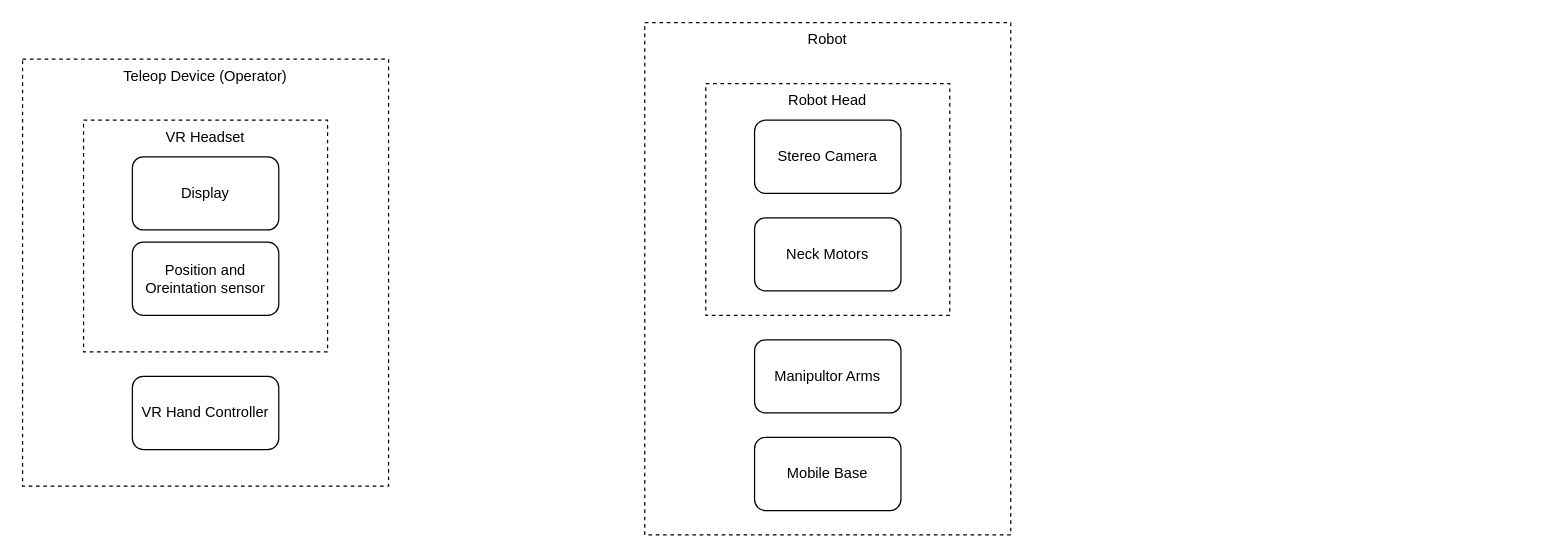
Earlier version of the draw.io diagram Teleop.drawio (sudhirpratapyadav/diagrams). Source tidied: cells renumbered, new cells numbered last; positions are measured from the earlier drawing's top-left corner, leaving out a move shared by most shapes. Both pictures are drawn from the tidied source at 122%, with x=0, y=0 at pixel (22, 22).
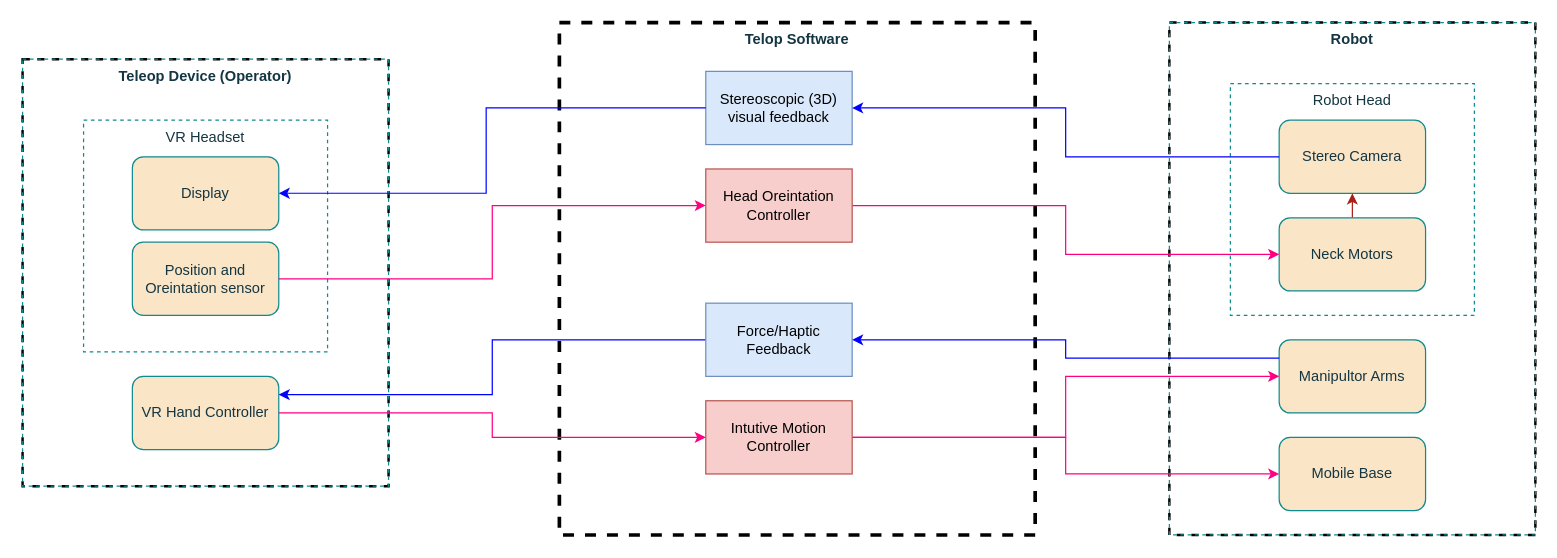
Above is the later version.

Diff of the diagram source:
```diff
@@
-    <mxCell id="2" style="group;" parent="1" vertex="1">
+    <mxCell id="2" style="group;labelBackgroundColor=none;fontColor=#143642;strokeWidth=2;strokeColor=default;dashed=1;" parent="1" vertex="1">
       <mxGeometry y="30" width="300" height="350" as="geometry" />
     </mxCell>
-    <mxCell id="3" value="VR Hand Controller" style="rounded=1;whiteSpace=wrap;html=1;" parent="2" vertex="1">
-      <mxGeometry x="90" y="260" width="120" height="60" as="geometry" />
-    </mxCell>
+    <mxCell id="8" value="&lt;b&gt;Teleop Device (Operator)&lt;/b&gt;" style="rounded=0;whiteSpace=wrap;html=1;dashed=1;fillColor=none;align=center;verticalAlign=top;labelBackgroundColor=none;strokeColor=#0F8B8D;fontColor=#143642;" parent="2" vertex="1">
+      <mxGeometry width="300" height="350" as="geometry" />
+    </mxCell>
-    <mxCell id="4" style="group;" parent="2" vertex="1">
+    <mxCell id="4" style="group;labelBackgroundColor=none;fontColor=#143642;" parent="2" vertex="1">
       <mxGeometry x="50" y="50" width="200" height="190" as="geometry" />
     </mxCell>
+    <mxCell id="7" value="VR Headset" style="rounded=0;whiteSpace=wrap;html=1;dashed=1;fillColor=none;align=center;verticalAlign=top;labelBackgroundColor=none;strokeColor=#0F8B8D;fontColor=#143642;" parent="4" vertex="1">
+      <mxGeometry width="200" height="190" as="geometry" />
+    </mxCell>
-    <mxCell id="5" value="Display" style="rounded=1;whiteSpace=wrap;html=1;" parent="4" vertex="1">
+    <mxCell id="5" value="Display" style="rounded=1;whiteSpace=wrap;html=1;labelBackgroundColor=none;fillColor=#FAE5C7;strokeColor=#0F8B8D;fontColor=#143642;" parent="4" vertex="1">
       <mxGeometry x="40" y="30" width="120" height="60" as="geometry" />
     </mxCell>
-    <mxCell id="6" value="Position and Oreintation sensor" style="rounded=1;whiteSpace=wrap;html=1;" parent="4" vertex="1">
+    <mxCell id="6" value="Position and Oreintation sensor" style="rounded=1;whiteSpace=wrap;html=1;labelBackgroundColor=none;fillColor=#FAE5C7;strokeColor=#0F8B8D;fontColor=#143642;" parent="4" vertex="1">
       <mxGeometry x="40" y="100" width="120" height="60" as="geometry" />
     </mxCell>
-    <mxCell id="7" value="VR Headset" style="rounded=0;whiteSpace=wrap;html=1;dashed=1;fillColor=none;align=center;verticalAlign=top;" parent="4" vertex="1">
-      <mxGeometry width="200" height="190" as="geometry" />
-    </mxCell>
-    <mxCell id="8" value="Teleop Device (Operator)" style="rounded=0;whiteSpace=wrap;html=1;dashed=1;fillColor=none;align=center;verticalAlign=top;" parent="2" vertex="1">
-      <mxGeometry width="300" height="350" as="geometry" />
-    </mxCell>
+    <mxCell id="3" value="VR Hand Controller" style="rounded=1;whiteSpace=wrap;html=1;labelBackgroundColor=none;fillColor=#FAE5C7;strokeColor=#0F8B8D;fontColor=#143642;" parent="2" vertex="1">
+      <mxGeometry x="90" y="260" width="120" height="60" as="geometry" />
+    </mxCell>
-    <mxCell id="9" style="group;" parent="1" vertex="1">
-      <mxGeometry x="510" width="300" height="420" as="geometry" />
+    <mxCell id="9" style="group;strokeWidth=2;dashed=1;labelBackgroundColor=none;fontColor=#143642;strokeColor=default;" parent="1" vertex="1">
+      <mxGeometry x="940" width="300" height="420" as="geometry" />
     </mxCell>
-    <mxCell id="10" value="Robot" style="rounded=0;whiteSpace=wrap;html=1;dashed=1;fillColor=none;align=center;verticalAlign=top;" parent="9" vertex="1">
+    <mxCell id="10" value="&lt;b&gt;Robot&lt;/b&gt;" style="rounded=0;whiteSpace=wrap;html=1;dashed=1;fillColor=none;align=center;verticalAlign=top;labelBackgroundColor=none;strokeColor=#0F8B8D;fontColor=#143642;" parent="9" vertex="1">
       <mxGeometry width="300" height="420" as="geometry" />
     </mxCell>
-    <mxCell id="11" value="Manipultor Arms" style="rounded=1;whiteSpace=wrap;html=1;" parent="9" vertex="1">
+    <mxCell id="11" value="Manipultor Arms" style="rounded=1;whiteSpace=wrap;html=1;labelBackgroundColor=none;fillColor=#FAE5C7;strokeColor=#0F8B8D;fontColor=#143642;" parent="9" vertex="1">
       <mxGeometry x="90" y="260" width="120" height="60" as="geometry" />
     </mxCell>
-    <mxCell id="12" style="group;" parent="9" vertex="1">
+    <mxCell id="12" style="group;labelBackgroundColor=none;fontColor=#143642;" parent="9" vertex="1">
       <mxGeometry x="50" y="50" width="200" height="190" as="geometry" />
     </mxCell>
-    <mxCell id="13" value="Robot Head" style="rounded=0;whiteSpace=wrap;html=1;dashed=1;fillColor=none;verticalAlign=top;" parent="12" vertex="1">
+    <mxCell id="13" value="Robot Head" style="rounded=0;whiteSpace=wrap;html=1;dashed=1;fillColor=none;verticalAlign=top;labelBackgroundColor=none;strokeColor=#0F8B8D;fontColor=#143642;" parent="12" vertex="1">
       <mxGeometry width="200" height="190" as="geometry" />
     </mxCell>
-    <mxCell id="14" value="Stereo Camera" style="rounded=1;whiteSpace=wrap;html=1;" parent="12" vertex="1">
+    <mxCell id="14" value="Stereo Camera" style="rounded=1;whiteSpace=wrap;html=1;labelBackgroundColor=none;fillColor=#FAE5C7;strokeColor=#0F8B8D;fontColor=#143642;" parent="12" vertex="1">
       <mxGeometry x="40" y="30" width="120" height="60" as="geometry" />
     </mxCell>
+    <mxCell id="17" style="edgeStyle=orthogonalEdgeStyle;rounded=0;jettySize=auto;html=1;exitX=0.5;exitY=0;exitDx=0;exitDy=0;entryX=0.5;entryY=1;entryDx=0;entryDy=0;labelBackgroundColor=none;fontColor=default;strokeColor=#A8201A;" parent="12" edge="1" source="15" target="14">
+      <mxGeometry relative="1" as="geometry" />
+    </mxCell>
-    <mxCell id="15" value="Neck Motors" style="rounded=1;whiteSpace=wrap;html=1;" parent="12" vertex="1">
+    <mxCell id="15" value="Neck Motors" style="rounded=1;whiteSpace=wrap;html=1;labelBackgroundColor=none;fillColor=#FAE5C7;strokeColor=#0F8B8D;fontColor=#143642;" parent="12" vertex="1">
       <mxGeometry x="40" y="110" width="120" height="60" as="geometry" />
     </mxCell>
-    <mxCell id="16" value="Mobile Base" style="rounded=1;whiteSpace=wrap;html=1;" parent="9" vertex="1">
+    <mxCell id="16" value="Mobile Base" style="rounded=1;whiteSpace=wrap;html=1;labelBackgroundColor=none;fillColor=#FAE5C7;strokeColor=#0F8B8D;fontColor=#143642;" parent="9" vertex="1">
       <mxGeometry x="90" y="340" width="120" height="60" as="geometry" />
     </mxCell>
+    <mxCell id="18" value="&lt;b&gt;Telop Software&lt;/b&gt;" style="rounded=0;whiteSpace=wrap;html=1;fillColor=none;dashed=1;strokeWidth=3;verticalAlign=top;labelBackgroundColor=none;strokeColor=#000000;fontColor=#143642;" parent="1" vertex="1">
+      <mxGeometry x="440" width="390" height="420" as="geometry" />
+    </mxCell>
+    <mxCell id="19" value="Stereoscopic (3D) visual feedback" style="rounded=0;whiteSpace=wrap;html=1;labelBackgroundColor=none;fillColor=#dae8fc;strokeColor=#6c8ebf;" parent="1" vertex="1">
+      <mxGeometry x="560" y="40" width="120" height="60" as="geometry" />
+    </mxCell>
+    <mxCell id="20" style="edgeStyle=orthogonalEdgeStyle;rounded=0;jettySize=auto;html=1;labelBackgroundColor=none;fontColor=default;strokeColor=#0000FF;" parent="1" edge="1" source="14" target="19">
+      <mxGeometry relative="1" as="geometry" />
+    </mxCell>
+    <mxCell id="21" style="edgeStyle=orthogonalEdgeStyle;rounded=0;jettySize=auto;html=1;entryX=0.7;entryY=0.314;entryDx=0;entryDy=0;entryPerimeter=0;labelBackgroundColor=none;fontColor=default;strokeColor=#0000FF;" parent="1" edge="1" source="19" target="8">
+      <mxGeometry relative="1" as="geometry">
+        <Array as="points">
+          <mxPoint x="380" y="70" />
+          <mxPoint x="380" y="140" />
+        </Array>
+      </mxGeometry>
+    </mxCell>
+    <mxCell id="22" style="edgeStyle=orthogonalEdgeStyle;rounded=0;jettySize=auto;html=1;labelBackgroundColor=none;fontColor=default;strokeColor=#FF0080;" parent="1" edge="1" source="23" target="15">
+      <mxGeometry relative="1" as="geometry" />
+    </mxCell>
+    <mxCell id="23" value="Head Oreintation Controller" style="rounded=0;whiteSpace=wrap;html=1;labelBackgroundColor=none;fillColor=#f8cecc;strokeColor=#b85450;" parent="1" vertex="1">
+      <mxGeometry x="560" y="120" width="120" height="60" as="geometry" />
+    </mxCell>
+    <mxCell id="24" style="edgeStyle=orthogonalEdgeStyle;rounded=0;jettySize=auto;html=1;labelBackgroundColor=none;fontColor=default;strokeColor=#FF0080;" parent="1" edge="1" source="6" target="23">
+      <mxGeometry relative="1" as="geometry" />
+    </mxCell>
+    <mxCell id="25" style="edgeStyle=orthogonalEdgeStyle;rounded=0;jettySize=auto;html=1;labelBackgroundColor=none;fontColor=default;strokeColor=#FF0080;" parent="1" edge="1" source="27" target="11">
+      <mxGeometry relative="1" as="geometry" />
+    </mxCell>
+    <mxCell id="26" style="edgeStyle=orthogonalEdgeStyle;rounded=0;jettySize=auto;html=1;exitX=1;exitY=0.5;exitDx=0;exitDy=0;entryX=0;entryY=0.5;entryDx=0;entryDy=0;labelBackgroundColor=none;fontColor=default;strokeColor=#FF0080;" parent="1" edge="1" source="27" target="16">
+      <mxGeometry relative="1" as="geometry" />
+    </mxCell>
+    <mxCell id="27" value="Intutive Motion Controller" style="rounded=0;whiteSpace=wrap;html=1;labelBackgroundColor=none;fillColor=#f8cecc;strokeColor=#b85450;" parent="1" vertex="1">
+      <mxGeometry x="560" y="310" width="120" height="60" as="geometry" />
+    </mxCell>
+    <mxCell id="28" style="edgeStyle=orthogonalEdgeStyle;rounded=0;jettySize=auto;html=1;entryX=0;entryY=0.5;entryDx=0;entryDy=0;labelBackgroundColor=none;fontColor=default;strokeColor=#FF0080;" parent="1" edge="1" source="3" target="27">
+      <mxGeometry relative="1" as="geometry" />
+    </mxCell>
+    <mxCell id="29" style="edgeStyle=orthogonalEdgeStyle;rounded=0;jettySize=auto;html=1;entryX=1;entryY=0.25;entryDx=0;entryDy=0;labelBackgroundColor=none;fontColor=default;strokeColor=#0000FF;" parent="1" edge="1" source="30" target="3">
+      <mxGeometry relative="1" as="geometry" />
+    </mxCell>
+    <mxCell id="30" value="Force/Haptic Feedback" style="rounded=0;whiteSpace=wrap;html=1;labelBackgroundColor=none;fillColor=#dae8fc;strokeColor=#6c8ebf;" parent="1" vertex="1">
+      <mxGeometry x="560" y="230" width="120" height="60" as="geometry" />
+    </mxCell>
+    <mxCell id="31" style="edgeStyle=orthogonalEdgeStyle;rounded=0;jettySize=auto;html=1;exitX=0;exitY=0.25;exitDx=0;exitDy=0;entryX=1;entryY=0.5;entryDx=0;entryDy=0;fontColor=default;noLabel=1;labelBackgroundColor=none;strokeColor=#0000FF;" parent="1" edge="1" source="11" target="30">
+      <mxGeometry relative="1" as="geometry" />
+    </mxCell>
```
